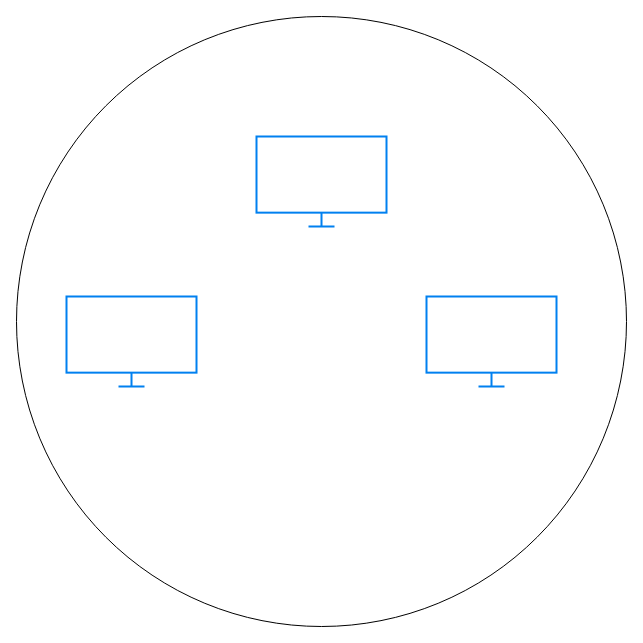
Before: CTI_FlowCharting.drawio.xml in michaelrmartins/CTI_FlowCharting, a draw.io diagram. Source tidied: cells renumbered, new cells numbered last; positions are measured from the earlier drawing's top-left corner, leaving out a move shared by most shapes. Both pictures are drawn from the tidied source at 100%, with x=0, y=0 at pixel (16, 16).
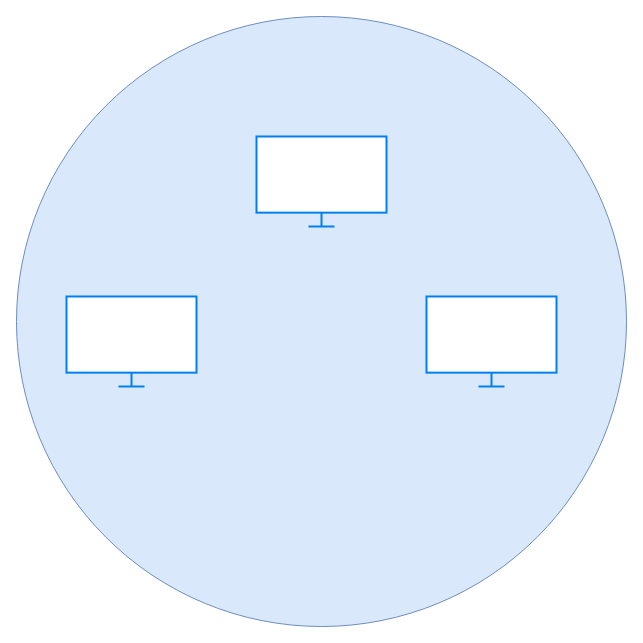
Above is the later version.

What changed in the source:
```diff
@@
 <mxGraphModel>
   <root>
     <mxCell id="0" />
     <mxCell id="1" parent="0" />
-    <mxCell id="2" style="ellipse;whiteSpace=wrap;html=1;fillColor=none;" parent="1" vertex="1">
+    <mxCell id="2" style="ellipse;whiteSpace=wrap;html=1;fillColor=#dae8fc;strokeColor=#6c8ebf;" parent="1" vertex="1">
       <mxGeometry width="610" height="610" as="geometry" />
     </mxCell>
     <mxCell id="3" style="html=1;verticalLabelPosition=bottom;align=center;labelBackgroundColor=#ffffff;verticalAlign=top;strokeWidth=2;strokeColor=#0080F0;shadow=0;dashed=0;shape=mxgraph.ios7.icons.monitor;" parent="1" vertex="1">
       <mxGeometry x="50" y="280" width="130" height="90" as="geometry" />
     </mxCell>
     <mxCell id="4" style="html=1;verticalLabelPosition=bottom;align=center;labelBackgroundColor=#ffffff;verticalAlign=top;strokeWidth=2;strokeColor=#0080F0;shadow=0;dashed=0;shape=mxgraph.ios7.icons.monitor;" parent="1" vertex="1">
       <mxGeometry x="240" y="120" width="130" height="90" as="geometry" />
     </mxCell>
     <mxCell id="5" style="html=1;verticalLabelPosition=bottom;align=center;labelBackgroundColor=#ffffff;verticalAlign=top;strokeWidth=2;strokeColor=#0080F0;shadow=0;dashed=0;shape=mxgraph.ios7.icons.monitor;" parent="1" vertex="1">
       <mxGeometry x="410" y="280" width="130" height="90" as="geometry" />
     </mxCell>
   </root>
 </mxGraphModel>
```
